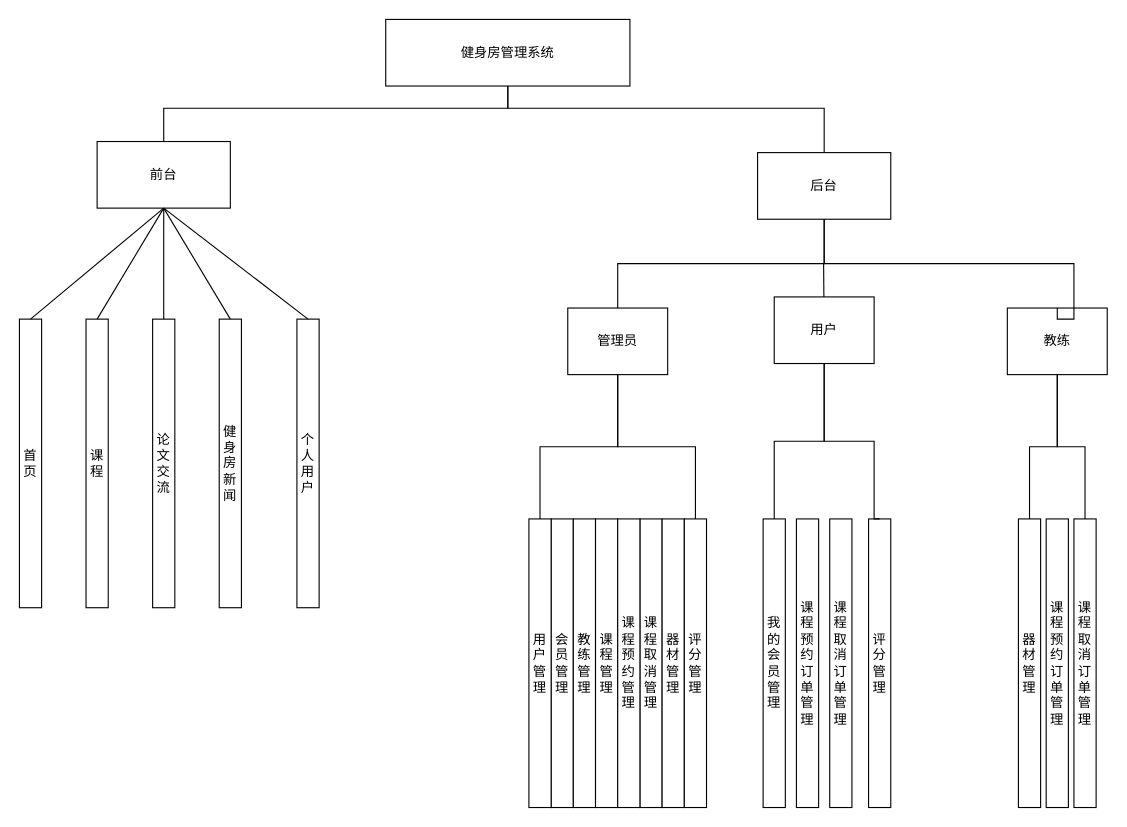
Above: 未命名绘图.drawio in zcb333/front-end-interview (draw.io), before the change. Source tidied: cells renumbered, new cells numbered last; positions are measured from the earlier drawing's top-left corner, leaving out a move shared by most shapes. Both pictures are drawn from the tidied source at 111%, with x=0, y=0 at pixel (19, 19).
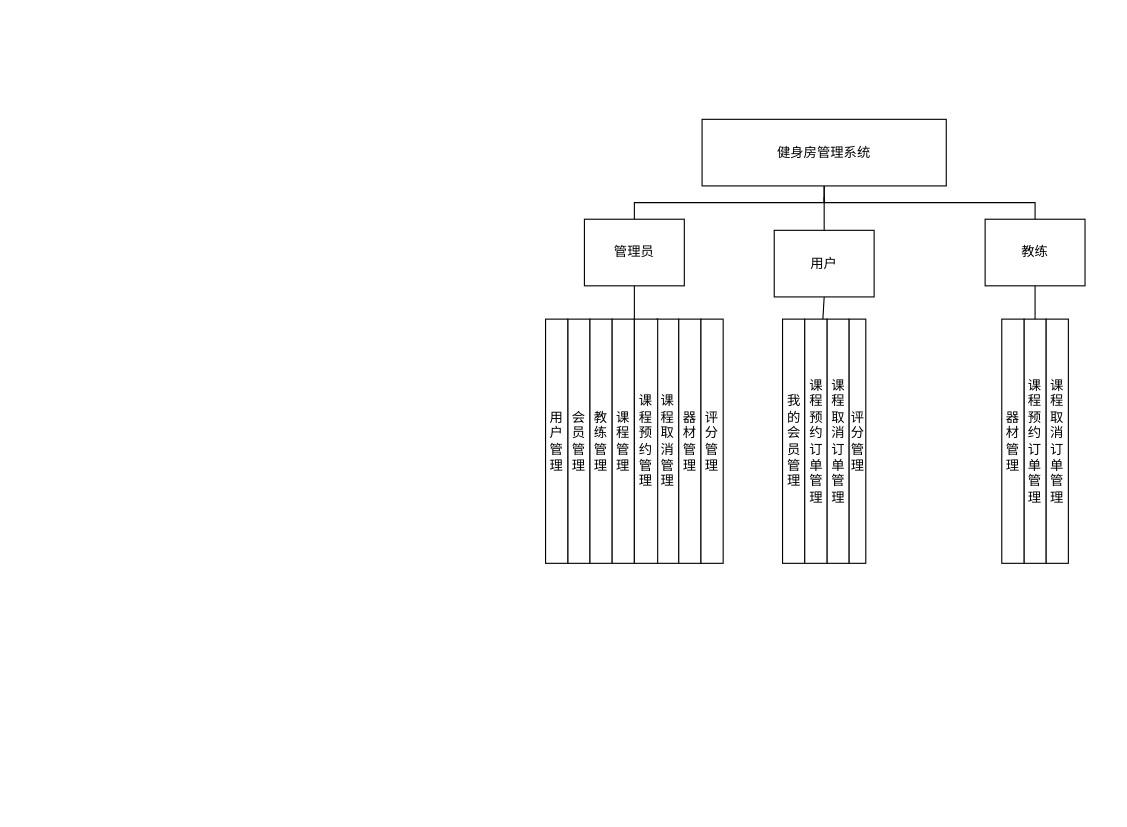
Above is the later version.

Diff of the diagram source:
```diff
@@
-    <mxCell id="2" style="edgeStyle=orthogonalEdgeStyle;rounded=0;jettySize=auto;html=1;endArrow=none;endFill=0;" parent="1" edge="1" source="3" target="4">
-      <mxGeometry relative="1" as="geometry">
-        <Array as="points">
-          <mxPoint x="440" y="80" />
-          <mxPoint x="130" y="80" />
-        </Array>
-      </mxGeometry>
-    </mxCell>
     <mxCell id="3" value="健身房管理系统" style="rounded=0;whiteSpace=wrap;html=1;" parent="1" vertex="1">
-      <mxGeometry x="330" width="220" height="60" as="geometry" />
+      <mxGeometry x="615" y="90" width="220" height="60" as="geometry" />
     </mxCell>
-    <mxCell id="4" value="前台" style="rounded=0;whiteSpace=wrap;html=1;" parent="1" vertex="1">
-      <mxGeometry x="70" y="110" width="120" height="60" as="geometry" />
-    </mxCell>
-    <mxCell id="5" value="后台" style="rounded=0;whiteSpace=wrap;html=1;" parent="1" vertex="1">
-      <mxGeometry x="665" y="120" width="120" height="60" as="geometry" />
-    </mxCell>
-    <mxCell id="6" style="endArrow=none;html=1;rounded=0;entryX=0.5;entryY=0;entryDx=0;entryDy=0;edgeStyle=orthogonalEdgeStyle;endFill=0;" parent="1" edge="1" target="5">
-      <mxGeometry relative="1" as="geometry">
-        <mxPoint x="440" y="60" as="sourcePoint" />
-        <Array as="points">
-          <mxPoint x="440" y="80" />
-          <mxPoint x="725" y="80" />
-        </Array>
-      </mxGeometry>
-    </mxCell>
-    <mxCell id="7" value="首页" style="rounded=0;whiteSpace=wrap;html=1;" parent="1" vertex="1">
-      <mxGeometry y="270" width="20" height="260" as="geometry" />
-    </mxCell>
-    <mxCell id="8" value="课程" style="rounded=0;whiteSpace=wrap;html=1;" parent="1" vertex="1">
-      <mxGeometry x="60" y="270" width="20" height="260" as="geometry" />
-    </mxCell>
-    <mxCell id="9" value="论文交流" style="rounded=0;whiteSpace=wrap;html=1;" parent="1" vertex="1">
-      <mxGeometry x="120" y="270" width="20" height="260" as="geometry" />
-    </mxCell>
-    <mxCell id="10" value="健身房新闻" style="rounded=0;whiteSpace=wrap;html=1;" parent="1" vertex="1">
-      <mxGeometry x="180" y="270" width="20" height="260" as="geometry" />
-    </mxCell>
-    <mxCell id="11" value="个人用户" style="rounded=0;whiteSpace=wrap;html=1;" parent="1" vertex="1">
-      <mxGeometry x="250" y="270" width="20" height="260" as="geometry" />
-    </mxCell>
-    <mxCell id="12" style="endArrow=none;html=1;rounded=0;exitX=0.5;exitY=1;exitDx=0;exitDy=0;entryX=0.5;entryY=0;entryDx=0;entryDy=0;endFill=0;" parent="1" edge="1" source="4" target="7">
-      <mxGeometry relative="1" as="geometry" />
-    </mxCell>
-    <mxCell id="13" style="endArrow=none;html=1;rounded=0;entryX=0.5;entryY=0;entryDx=0;entryDy=0;endFill=0;" parent="1" edge="1" target="8">
-      <mxGeometry relative="1" as="geometry">
-        <mxPoint x="130" y="170" as="sourcePoint" />
-      </mxGeometry>
-    </mxCell>
-    <mxCell id="14" style="endArrow=none;html=1;rounded=0;exitX=0.5;exitY=1;exitDx=0;exitDy=0;entryX=0.5;entryY=0;entryDx=0;entryDy=0;endFill=0;" parent="1" edge="1" source="4" target="9">
-      <mxGeometry relative="1" as="geometry" />
-    </mxCell>
-    <mxCell id="15" style="endArrow=none;html=1;rounded=0;entryX=0.5;entryY=0;entryDx=0;entryDy=0;" parent="1" edge="1" target="10">
-      <mxGeometry relative="1" as="geometry">
-        <mxPoint x="130" y="170" as="sourcePoint" />
-      </mxGeometry>
-    </mxCell>
-    <mxCell id="16" style="endArrow=none;html=1;rounded=0;entryX=0.5;entryY=0;entryDx=0;entryDy=0;" parent="1" edge="1" target="11">
-      <mxGeometry relative="1" as="geometry">
-        <mxPoint x="130" y="170" as="sourcePoint" />
-      </mxGeometry>
-    </mxCell>
     <mxCell id="17" value="管理员" style="rounded=0;whiteSpace=wrap;html=1;" parent="1" vertex="1">
-      <mxGeometry x="494" y="260" width="90" height="60" as="geometry" />
+      <mxGeometry x="509" y="180" width="90" height="60" as="geometry" />
     </mxCell>
     <mxCell id="18" value="教练" style="rounded=0;whiteSpace=wrap;html=1;" parent="1" vertex="1">
-      <mxGeometry x="890" y="260" width="90" height="60" as="geometry" />
+      <mxGeometry x="870" y="180" width="90" height="60" as="geometry" />
     </mxCell>
     <mxCell id="19" value="会员管理" style="rounded=0;whiteSpace=wrap;html=1;" parent="1" vertex="1">
-      <mxGeometry x="479" y="450" width="20" height="260" as="geometry" />
+      <mxGeometry x="494" y="270" width="20" height="220" as="geometry" />
     </mxCell>
     <mxCell id="20" value="用户管理" style="rounded=0;whiteSpace=wrap;html=1;" parent="1" vertex="1">
-      <mxGeometry x="459" y="450" width="20" height="260" as="geometry" />
+      <mxGeometry x="474" y="270" width="20" height="220" as="geometry" />
     </mxCell>
     <mxCell id="21" value="教练管理" style="rounded=0;whiteSpace=wrap;html=1;" parent="1" vertex="1">
-      <mxGeometry x="499" y="450" width="20" height="260" as="geometry" />
+      <mxGeometry x="514" y="270" width="20" height="220" as="geometry" />
     </mxCell>
     <mxCell id="22" value="课程管理" style="rounded=0;whiteSpace=wrap;html=1;" parent="1" vertex="1">
-      <mxGeometry x="519" y="450" width="20" height="260" as="geometry" />
+      <mxGeometry x="534" y="270" width="20" height="220" as="geometry" />
     </mxCell>
     <mxCell id="23" value="课程取消管理" style="rounded=0;whiteSpace=wrap;html=1;" parent="1" vertex="1">
-      <mxGeometry x="559" y="450" width="20" height="260" as="geometry" />
+      <mxGeometry x="574" y="270" width="20" height="220" as="geometry" />
     </mxCell>
     <mxCell id="24" value="课程预约管理" style="rounded=0;whiteSpace=wrap;html=1;" parent="1" vertex="1">
-      <mxGeometry x="539" y="450" width="20" height="260" as="geometry" />
+      <mxGeometry x="554" y="270" width="21" height="220" as="geometry" />
     </mxCell>
     <mxCell id="25" value="器材管理" style="rounded=0;whiteSpace=wrap;html=1;" parent="1" vertex="1">
-      <mxGeometry x="579" y="450" width="20" height="260" as="geometry" />
+      <mxGeometry x="594" y="270" width="20" height="220" as="geometry" />
     </mxCell>
     <mxCell id="26" value="评分管理" style="rounded=0;whiteSpace=wrap;html=1;" parent="1" vertex="1">
-      <mxGeometry x="599" y="450" width="20" height="260" as="geometry" />
+      <mxGeometry x="614" y="270" width="20" height="220" as="geometry" />
     </mxCell>
-    <mxCell id="27" style="endArrow=none;html=1;rounded=0;entryX=0.5;entryY=1;entryDx=0;entryDy=0;exitX=0.5;exitY=0;exitDx=0;exitDy=0;edgeStyle=orthogonalEdgeStyle;" parent="1" edge="1" source="17" target="5">
-      <mxGeometry relative="1" as="geometry" />
-    </mxCell>
-    <mxCell id="28" style="endArrow=none;html=1;rounded=0;entryX=0.5;entryY=1;entryDx=0;entryDy=0;exitX=0.5;exitY=0;exitDx=0;exitDy=0;edgeStyle=orthogonalEdgeStyle;" parent="1" edge="1" source="18" target="5">
-      <mxGeometry relative="1" as="geometry">
-        <Array as="points">
-          <mxPoint x="950" y="270" />
-          <mxPoint x="950" y="220" />
-          <mxPoint x="725" y="220" />
-        </Array>
-      </mxGeometry>
-    </mxCell>
     <mxCell id="29" value="课程取消订单管理" style="rounded=0;whiteSpace=wrap;html=1;" parent="1" vertex="1">
-      <mxGeometry x="730" y="450" width="20" height="260" as="geometry" />
+      <mxGeometry x="727.5" y="270" width="20" height="220" as="geometry" />
     </mxCell>
     <mxCell id="30" value="我的会员管理" style="rounded=0;whiteSpace=wrap;html=1;" parent="1" vertex="1">
-      <mxGeometry x="670" y="450" width="20" height="260" as="geometry" />
+      <mxGeometry x="687.5" y="270" width="20" height="220" as="geometry" />
     </mxCell>
     <mxCell id="31" value="课程预约订单管理" style="rounded=0;whiteSpace=wrap;html=1;" parent="1" vertex="1">
-      <mxGeometry x="700" y="450" width="20" height="260" as="geometry" />
+      <mxGeometry x="707.5" y="270" width="20" height="220" as="geometry" />
     </mxCell>
     <mxCell id="32" value="评分管理" style="rounded=0;whiteSpace=wrap;html=1;" parent="1" vertex="1">
-      <mxGeometry x="765" y="450" width="20" height="260" as="geometry" />
+      <mxGeometry x="747.5" y="270" width="15" height="220" as="geometry" />
     </mxCell>
     <mxCell id="33" value="课程预约订单管理" style="rounded=0;whiteSpace=wrap;html=1;" parent="1" vertex="1">
-      <mxGeometry x="925" y="450" width="20" height="260" as="geometry" />
+      <mxGeometry x="905" y="270" width="20" height="220" as="geometry" />
     </mxCell>
     <mxCell id="34" value="器材管理" style="rounded=0;whiteSpace=wrap;html=1;" parent="1" vertex="1">
-      <mxGeometry x="900" y="450" width="20" height="260" as="geometry" />
+      <mxGeometry x="885" y="270" width="20" height="220" as="geometry" />
     </mxCell>
     <mxCell id="35" value="课程取消订单管理" style="rounded=0;whiteSpace=wrap;html=1;" parent="1" vertex="1">
-      <mxGeometry x="950" y="450" width="20" height="260" as="geometry" />
+      <mxGeometry x="925" y="270" width="20" height="220" as="geometry" />
     </mxCell>
-    <mxCell id="36" style="endArrow=none;html=1;rounded=0;entryX=0.5;entryY=1;entryDx=0;entryDy=0;exitX=0.5;exitY=0;exitDx=0;exitDy=0;edgeStyle=orthogonalEdgeStyle;" parent="1" edge="1" source="30" target="44">
-      <mxGeometry relative="1" as="geometry" />
-    </mxCell>
-    <mxCell id="37" style="endArrow=none;html=1;rounded=0;entryX=0.5;entryY=1;entryDx=0;entryDy=0;exitX=0.5;exitY=0;exitDx=0;exitDy=0;exitPerimeter=0;edgeStyle=orthogonalEdgeStyle;" parent="1" edge="1" source="32" target="44">
-      <mxGeometry relative="1" as="geometry">
-        <Array as="points">
-          <mxPoint x="770" y="450" />
-          <mxPoint x="770" y="380" />
-          <mxPoint x="725" y="380" />
-        </Array>
-      </mxGeometry>
-    </mxCell>
-    <mxCell id="38" style="endArrow=none;html=1;rounded=0;entryX=0.5;entryY=1;entryDx=0;entryDy=0;exitX=0.5;exitY=0;exitDx=0;exitDy=0;edgeStyle=orthogonalEdgeStyle;" parent="1" edge="1" source="34" target="18">
-      <mxGeometry relative="1" as="geometry" />
-    </mxCell>
-    <mxCell id="39" style="endArrow=none;html=1;rounded=0;entryX=0.5;entryY=1;entryDx=0;entryDy=0;exitX=0.5;exitY=0;exitDx=0;exitDy=0;edgeStyle=orthogonalEdgeStyle;" parent="1" edge="1" source="35" target="18">
-      <mxGeometry relative="1" as="geometry" />
-    </mxCell>
-    <mxCell id="40" style="endArrow=none;html=1;rounded=0;entryX=0.5;entryY=1;entryDx=0;entryDy=0;exitX=0.5;exitY=0;exitDx=0;exitDy=0;edgeStyle=orthogonalEdgeStyle;" parent="1" edge="1" source="20" target="17">
-      <mxGeometry relative="1" as="geometry" />
-    </mxCell>
-    <mxCell id="41" style="endArrow=none;html=1;rounded=0;entryX=0.5;entryY=1;entryDx=0;entryDy=0;exitX=0.5;exitY=0;exitDx=0;exitDy=0;edgeStyle=orthogonalEdgeStyle;" parent="1" edge="1" source="26" target="17">
-      <mxGeometry relative="1" as="geometry" />
-    </mxCell>
@@
-    <mxCell id="43" style="endArrow=none;html=1;rounded=0;" parent="1" edge="1" target="44">
-      <mxGeometry relative="1" as="geometry">
-        <mxPoint x="724.5" y="270" as="sourcePoint" />
-        <Array as="points">
-          <mxPoint x="724.5" y="250" />
-        </Array>
-      </mxGeometry>
-    </mxCell>
+    <mxCell id="45" style="endArrow=none;html=1;rounded=0;entryX=0.5;entryY=1;entryDx=0;entryDy=0;" parent="1" edge="1" target="44">
+      <mxGeometry relative="1" as="geometry">
+        <mxPoint x="725" y="210" as="sourcePoint" />
+      </mxGeometry>
+    </mxCell>
     <mxCell id="44" value="用户" style="rounded=0;whiteSpace=wrap;html=1;" parent="1" vertex="1">
-      <mxGeometry x="680" y="250" width="90" height="60" as="geometry" />
+      <mxGeometry x="680" y="190" width="90" height="60" as="geometry" />
     </mxCell>
+    <mxCell id="46" style="endArrow=none;html=1;rounded=0;entryX=0.5;entryY=1;entryDx=0;entryDy=0;exitX=0.5;exitY=0;exitDx=0;exitDy=0;edgeStyle=orthogonalEdgeStyle;" parent="1" edge="1" source="17" target="3">
+      <mxGeometry relative="1" as="geometry" />
+    </mxCell>
+    <mxCell id="47" style="endArrow=none;html=1;rounded=0;entryX=0.5;entryY=1;entryDx=0;entryDy=0;exitX=0.5;exitY=0;exitDx=0;exitDy=0;edgeStyle=orthogonalEdgeStyle;" parent="1" edge="1" source="18" target="3">
+      <mxGeometry relative="1" as="geometry" />
+    </mxCell>
+    <mxCell id="48" style="endArrow=none;html=1;rounded=0;entryX=0.5;entryY=1;entryDx=0;entryDy=0;exitX=0;exitY=0;exitDx=0;exitDy=0;" parent="1" edge="1" source="24" target="17">
+      <mxGeometry relative="1" as="geometry" />
+    </mxCell>
+    <mxCell id="49" style="endArrow=none;html=1;rounded=0;entryX=0.5;entryY=1;entryDx=0;entryDy=0;exitX=0.5;exitY=0;exitDx=0;exitDy=0;" parent="1" edge="1" source="33" target="18">
+      <mxGeometry relative="1" as="geometry" />
+    </mxCell>
+    <mxCell id="50" style="endArrow=none;html=1;rounded=0;exitX=0.5;exitY=0;exitDx=0;exitDy=0;" parent="1" edge="1" source="44">
+      <mxGeometry relative="1" as="geometry">
+        <mxPoint x="725" y="160" as="targetPoint" />
+      </mxGeometry>
+    </mxCell>
+    <mxCell id="51" style="endArrow=none;html=1;rounded=0;entryX=0.5;entryY=1;entryDx=0;entryDy=0;" parent="1" edge="1" source="31" target="44">
+      <mxGeometry relative="1" as="geometry" />
+    </mxCell>
```
